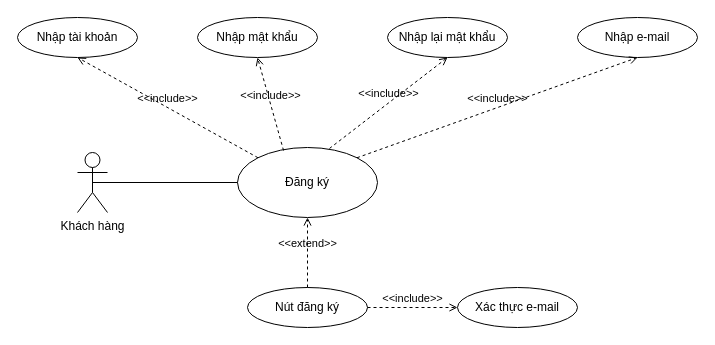
Before: UC/UC_DANGKY.drawio in hieuNV0871/da, a draw.io diagram. Source tidied: cells renumbered, new cells numbered last; positions are measured from the earlier drawing's top-left corner, leaving out a move shared by most shapes. Both pictures are drawn from the tidied source at 100%, with x=0, y=0 at pixel (17, 17).
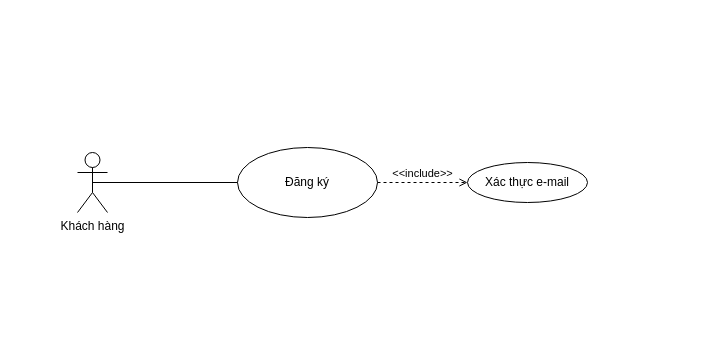
Above is the later version.

What changed in the source:
```diff
@@
 <mxGraphModel>
   <root>
     <mxCell id="0" />
     <mxCell id="1" parent="0" />
     <mxCell id="2" value="Khách hàng" style="shape=umlActor;verticalLabelPosition=bottom;verticalAlign=top;html=1;outlineConnect=0;" parent="1" vertex="1">
       <mxGeometry x="60" y="135" width="30" height="60" as="geometry" />
     </mxCell>
-    <mxCell id="3" value="&amp;lt;&amp;lt;include&amp;gt;&amp;gt;" style="html=1;verticalAlign=bottom;labelBackgroundColor=none;endArrow=open;endFill=0;dashed=1;rounded=0;exitX=0;exitY=0;exitDx=0;exitDy=0;entryX=0.5;entryY=1;entryDx=0;entryDy=0;" parent="1" edge="1" source="4" target="6">
-      <mxGeometry relative="1" as="geometry" />
-    </mxCell>
     <mxCell id="4" value="Đăng ký" style="ellipse;whiteSpace=wrap;html=1;" parent="1" vertex="1">
       <mxGeometry x="220" y="130" width="140" height="70" as="geometry" />
     </mxCell>
-    <mxCell id="5" value="&amp;lt;&amp;lt;include&amp;gt;&amp;gt;" style="html=1;verticalAlign=bottom;labelBackgroundColor=none;endArrow=open;endFill=0;dashed=1;rounded=0;exitX=0.329;exitY=0.043;exitDx=0;exitDy=0;entryX=0.5;entryY=1;entryDx=0;entryDy=0;exitPerimeter=0;" parent="1" edge="1" source="4" target="7">
-      <mxGeometry relative="1" as="geometry" />
-    </mxCell>
-    <mxCell id="6" value="Nhập tài khoản" style="ellipse;whiteSpace=wrap;html=1;" parent="1" vertex="1">
-      <mxGeometry width="120" height="40" as="geometry" />
-    </mxCell>
-    <mxCell id="7" value="Nhập mật khẩu" style="ellipse;whiteSpace=wrap;html=1;" parent="1" vertex="1">
-      <mxGeometry x="180" width="120" height="40" as="geometry" />
-    </mxCell>
-    <mxCell id="8" value="Nhập lại mật khẩu" style="ellipse;whiteSpace=wrap;html=1;" parent="1" vertex="1">
-      <mxGeometry x="370" width="120" height="40" as="geometry" />
-    </mxCell>
-    <mxCell id="9" value="Nhập e-mail" style="ellipse;whiteSpace=wrap;html=1;" parent="1" vertex="1">
-      <mxGeometry x="560" width="120" height="40" as="geometry" />
-    </mxCell>
     <mxCell id="10" style="endArrow=none;html=1;rounded=0;exitX=0.5;exitY=0.5;exitDx=0;exitDy=0;exitPerimeter=0;entryX=0;entryY=0.5;entryDx=0;entryDy=0;" parent="1" edge="1" source="2" target="4">
       <mxGeometry relative="1" as="geometry" />
     </mxCell>
-    <mxCell id="11" value="Nút đăng ký" style="ellipse;whiteSpace=wrap;html=1;" parent="1" vertex="1">
-      <mxGeometry x="230" y="270" width="120" height="40" as="geometry" />
-    </mxCell>
-    <mxCell id="12" value="&amp;lt;&amp;lt;include&amp;gt;&amp;gt;" style="html=1;verticalAlign=bottom;labelBackgroundColor=none;endArrow=open;endFill=0;dashed=1;rounded=0;exitX=1;exitY=0;exitDx=0;exitDy=0;entryX=0.5;entryY=1;entryDx=0;entryDy=0;" parent="1" edge="1" source="4" target="9">
-      <mxGeometry relative="1" as="geometry" />
-    </mxCell>
-    <mxCell id="13" value="&amp;lt;&amp;lt;include&amp;gt;&amp;gt;" style="html=1;verticalAlign=bottom;labelBackgroundColor=none;endArrow=open;endFill=0;dashed=1;rounded=0;exitX=0.657;exitY=0.014;exitDx=0;exitDy=0;entryX=0.5;entryY=1;entryDx=0;entryDy=0;exitPerimeter=0;" parent="1" edge="1" source="4" target="8">
-      <mxGeometry relative="1" as="geometry" />
-    </mxCell>
-    <mxCell id="14" value="&amp;lt;&amp;lt;extend&amp;gt;&amp;gt;" style="html=1;verticalAlign=bottom;labelBackgroundColor=none;endArrow=open;endFill=0;dashed=1;rounded=0;exitX=0.5;exitY=0;exitDx=0;exitDy=0;entryX=0.5;entryY=1;entryDx=0;entryDy=0;" parent="1" edge="1" source="11" target="4">
-      <mxGeometry relative="1" as="geometry" />
-    </mxCell>
-    <mxCell id="15" value="&amp;lt;&amp;lt;include&amp;gt;&amp;gt;" style="html=1;verticalAlign=bottom;labelBackgroundColor=none;endArrow=open;endFill=0;dashed=1;rounded=0;exitX=1;exitY=0.5;exitDx=0;exitDy=0;entryX=0;entryY=0.5;entryDx=0;entryDy=0;" parent="1" edge="1" source="11" target="16">
+    <mxCell id="15" value="&amp;lt;&amp;lt;include&amp;gt;&amp;gt;" style="html=1;verticalAlign=bottom;labelBackgroundColor=none;endArrow=open;endFill=0;dashed=1;rounded=0;exitX=1;exitY=0.5;exitDx=0;exitDy=0;entryX=0;entryY=0.5;entryDx=0;entryDy=0;" parent="1" edge="1" source="4" target="16">
       <mxGeometry relative="1" as="geometry" />
     </mxCell>
     <mxCell id="16" value="Xác thực e-mail" style="ellipse;whiteSpace=wrap;html=1;" parent="1" vertex="1">
-      <mxGeometry x="440" y="270" width="120" height="40" as="geometry" />
+      <mxGeometry x="450" y="145" width="120" height="40" as="geometry" />
     </mxCell>
   </root>
 </mxGraphModel>
```
